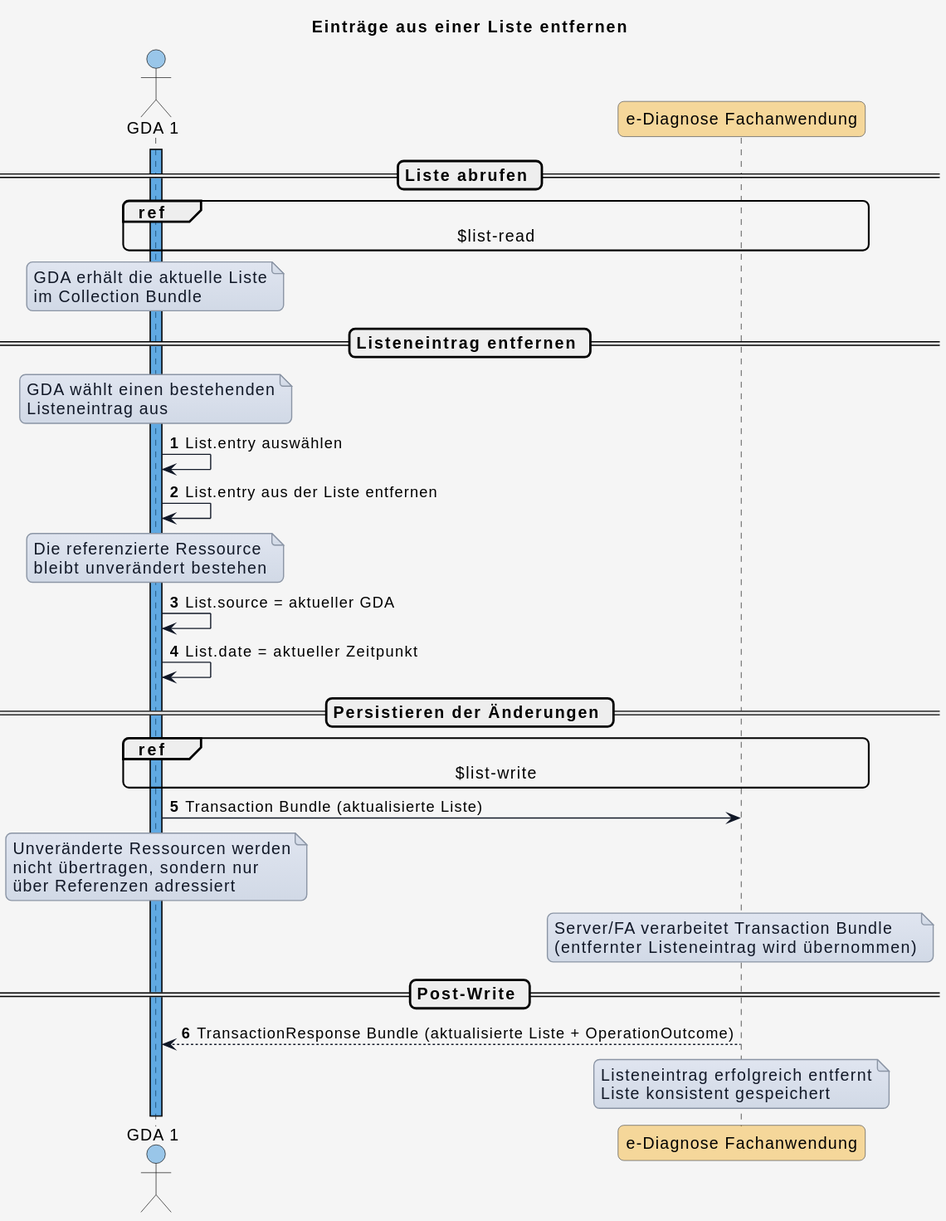
Earlier version of the PlantUML export input/images/plantuml/diagram_uc_06_05.svg (HL7Austria/ELGA-e-Diagnose-R4).
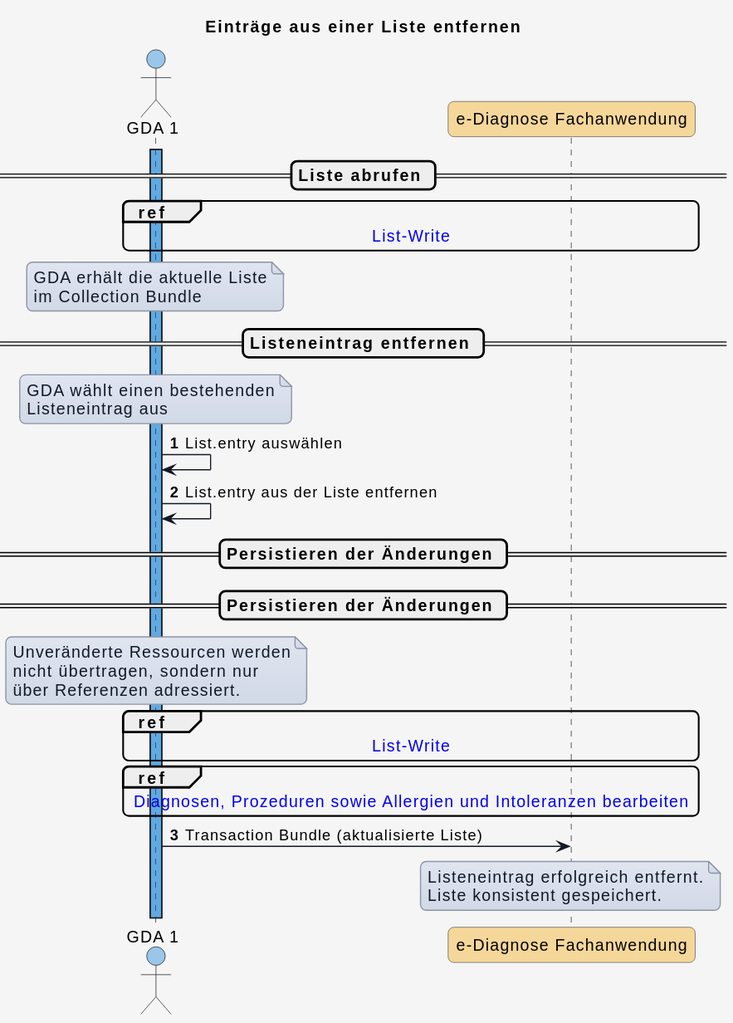
The same file after the commit.

The edit, as a diff of the source:
```diff
@@ -57,7 +57,8 @@
 
 activate GDA_1 COLOR_GDA_1
 
-ref over GDA_1, eDiag_FA : $list-read
+ref over GDA_1, eDiag_FA : [[interactions.html#list-write List-Write]]
+
 
 note over GDA_1
 GDA erhält die aktuelle Liste
@@ -74,37 +75,25 @@
 GDA_1 -> GDA_1 : List.entry auswählen
 GDA_1 -> GDA_1 : List.entry aus der Liste entfernen
 
-note over GDA_1
-Die referenzierte Ressource
-bleibt unverändert bestehen
-end note
-
-GDA_1 -> GDA_1 : List.source = aktueller GDA
-GDA_1 -> GDA_1 : List.date = aktueller Zeitpunkt
 
 == Persistieren der Änderungen ==
 
-ref over GDA_1, eDiag_FA : $list-write
-
-GDA_1 -> eDiag_FA : Transaction Bundle (aktualisierte Liste)
+== Persistieren der Änderungen ==
 
 note over GDA_1
 Unveränderte Ressourcen werden
 nicht übertragen, sondern nur
-über Referenzen adressiert
+über Referenzen adressiert.
 end note
 
-note over eDiag_FA
-Server/FA verarbeitet Transaction Bundle
-(entfernter Listeneintrag wird übernommen)
-end note
+ref over GDA_1, eDiag_FA : [[interactions.html#list-write List-Write]]
 
-== Post-Write ==
+ref over GDA_1, eDiag_FA : [[uc-e-diag-06.html#sub-uc-e-diag-06-11-Diagnosen-Prozeduren-sowie-Allergien-und-Intoleranzen-bearbeiten Diagnosen, Prozeduren sowie Allergien und Intoleranzen bearbeiten]]
 
-eDiag_FA --> GDA_1 : TransactionResponse Bundle (aktualisierte Liste + OperationOutcome)
+GDA_1 -> eDiag_FA : Transaction Bundle (aktualisierte Liste)
 
 note over eDiag_FA
-Listeneintrag erfolgreich entfernt
-Liste konsistent gespeichert
+Listeneintrag erfolgreich entfernt.
+Liste konsistent gespeichert.
 end note
 @enduml
```
